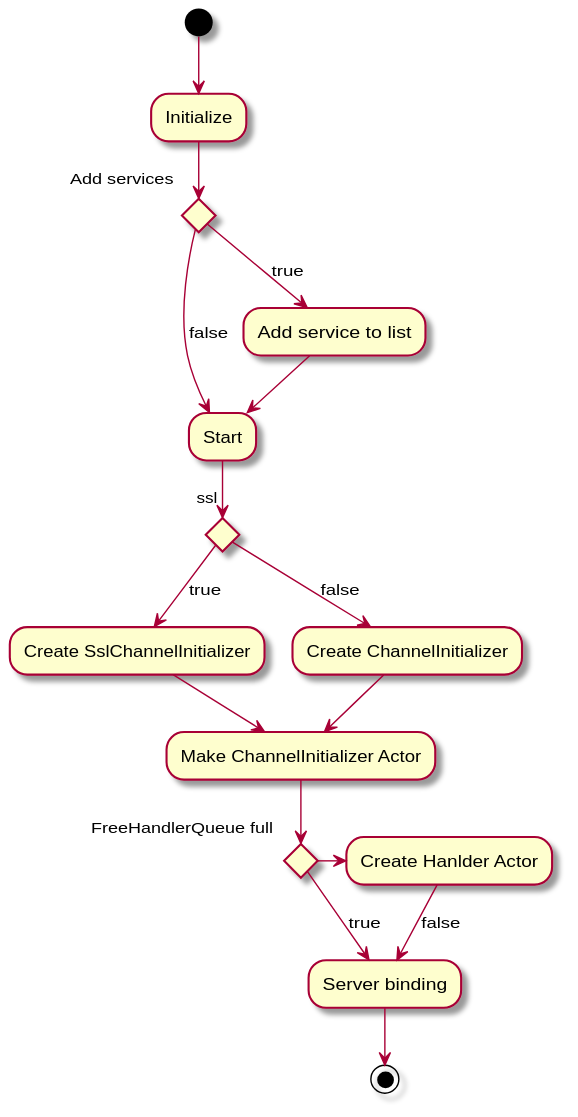
Before: document/uml/server initialize.svg, a diagram exported from PlantUML (ztkmkoo/dss).
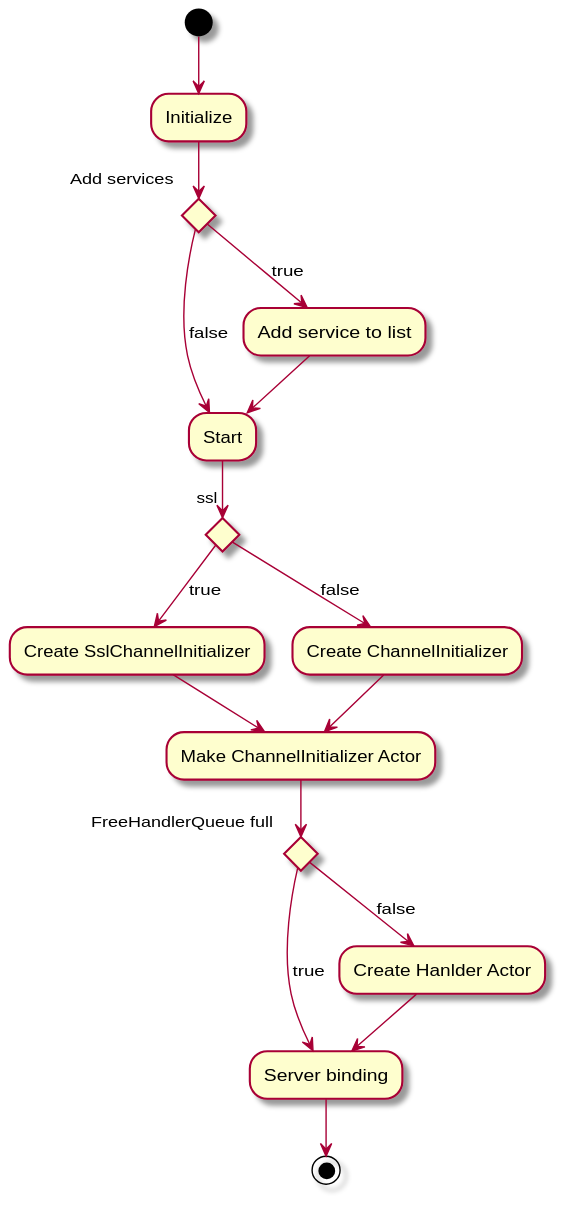
After the change.

Diff of the diagram source:
```diff
@@ -17,7 +17,7 @@
 if "FreeHandlerQueue full" then
 -> [true] "Server binding"
 else
--> [false] "Create Hanlder Actor"
+--> [false] "Create Hanlder Actor"
 --> "Server binding"
 
 --> (*)
```
